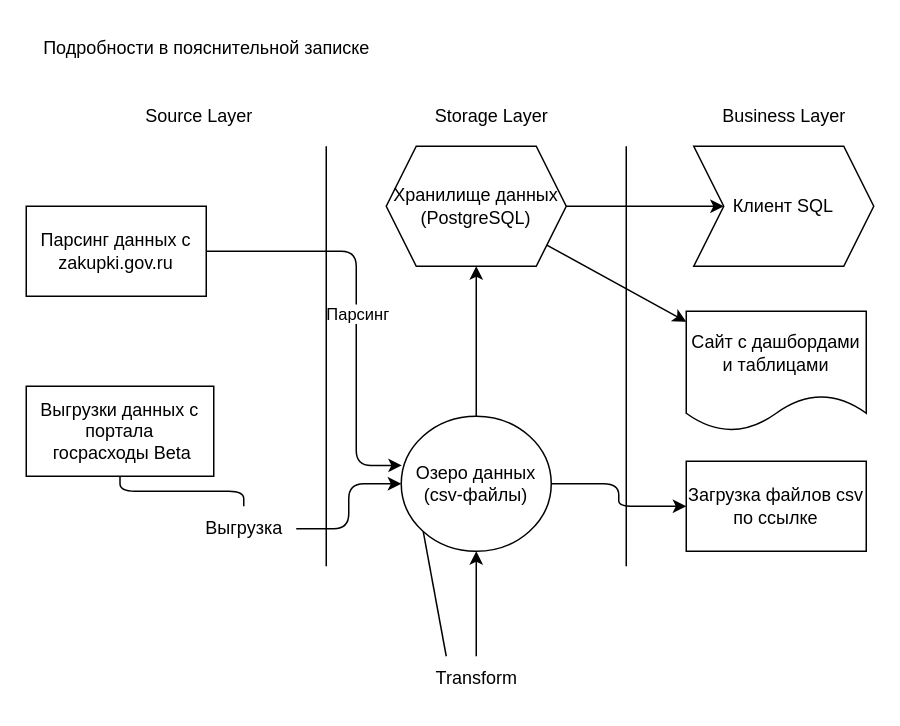
Gleb01548/DE-101 keeps this draw.io diagram as Module1/analytical_solution.dio. Above is the earlier version. Source tidied: cells renumbered, new cells numbered last; positions are measured from the earlier drawing's top-left corner, leaving out a move shared by most shapes. Both pictures are drawn from the tidied source at 150%, with x=0, y=0 at pixel (26, 26).
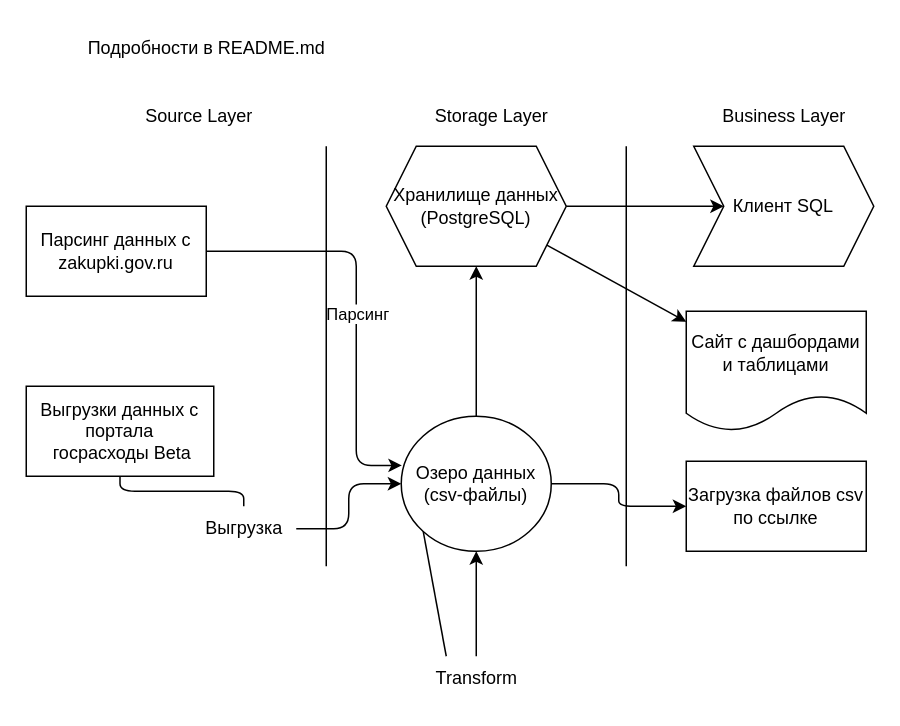
After the change.

Diff of the diagram source:
```diff
@@
-    <mxCell id="21" value="Подробности в пояснительной записке" style="text;html=1;align=center;verticalAlign=middle;strokeColor=none;fillColor=none;" parent="1" vertex="1">
-      <mxGeometry width="240" height="30" as="geometry" />
+    <mxCell id="21" value="Подробности в README.md" style="text;html=1;align=center;verticalAlign=middle;strokeColor=none;fillColor=none;" parent="1" vertex="1">
+      <mxGeometry x="30" width="180" height="30" as="geometry" />
     </mxCell>
```
